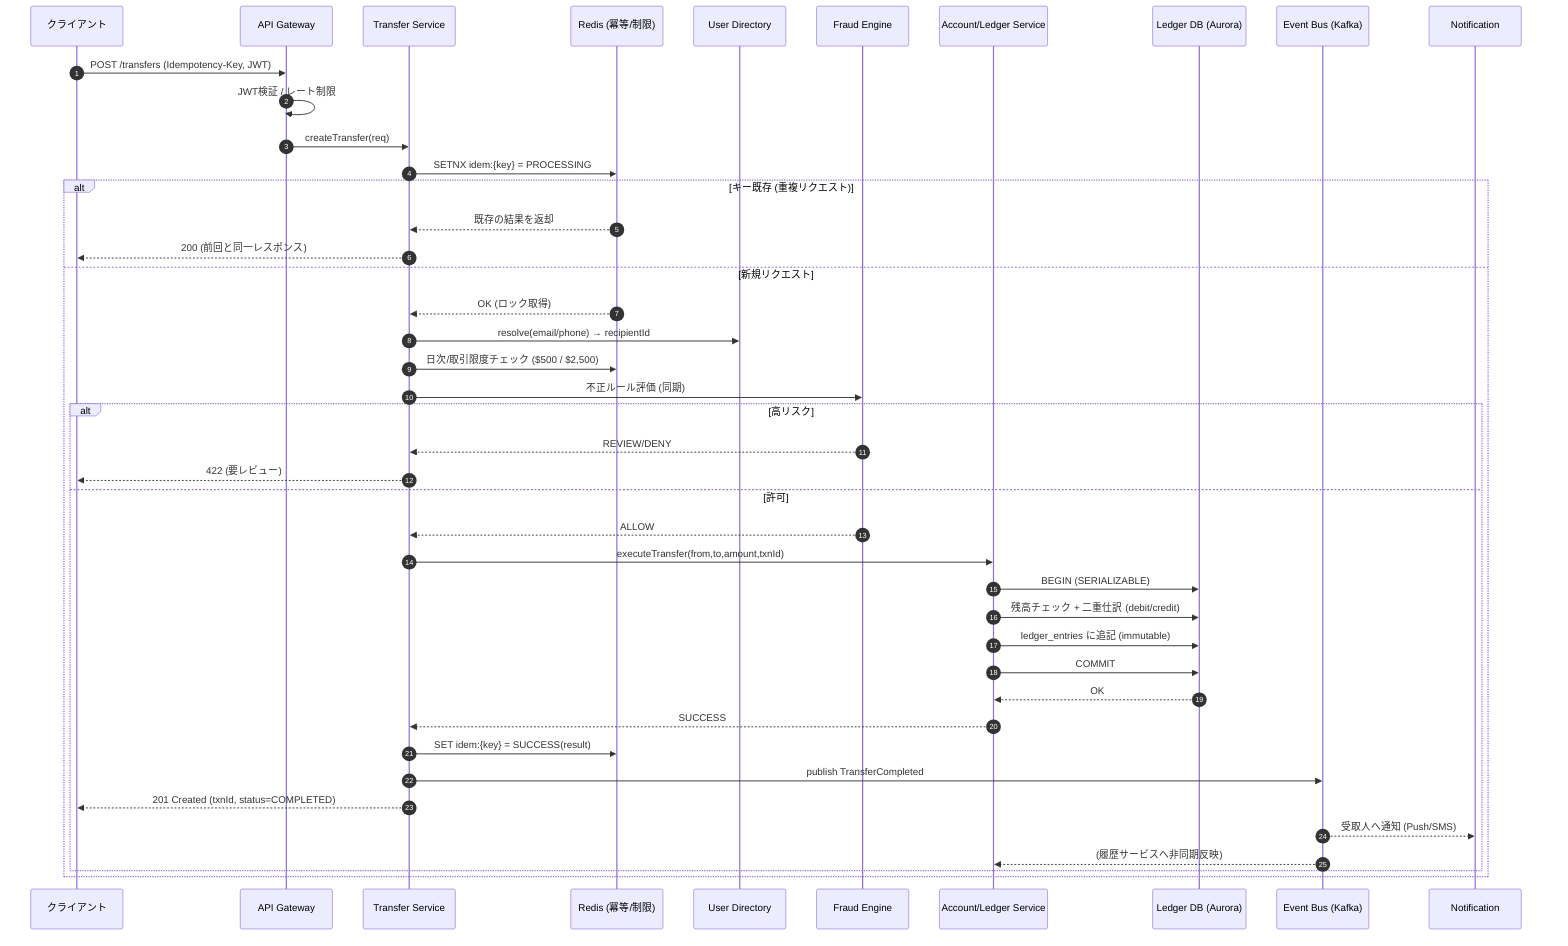
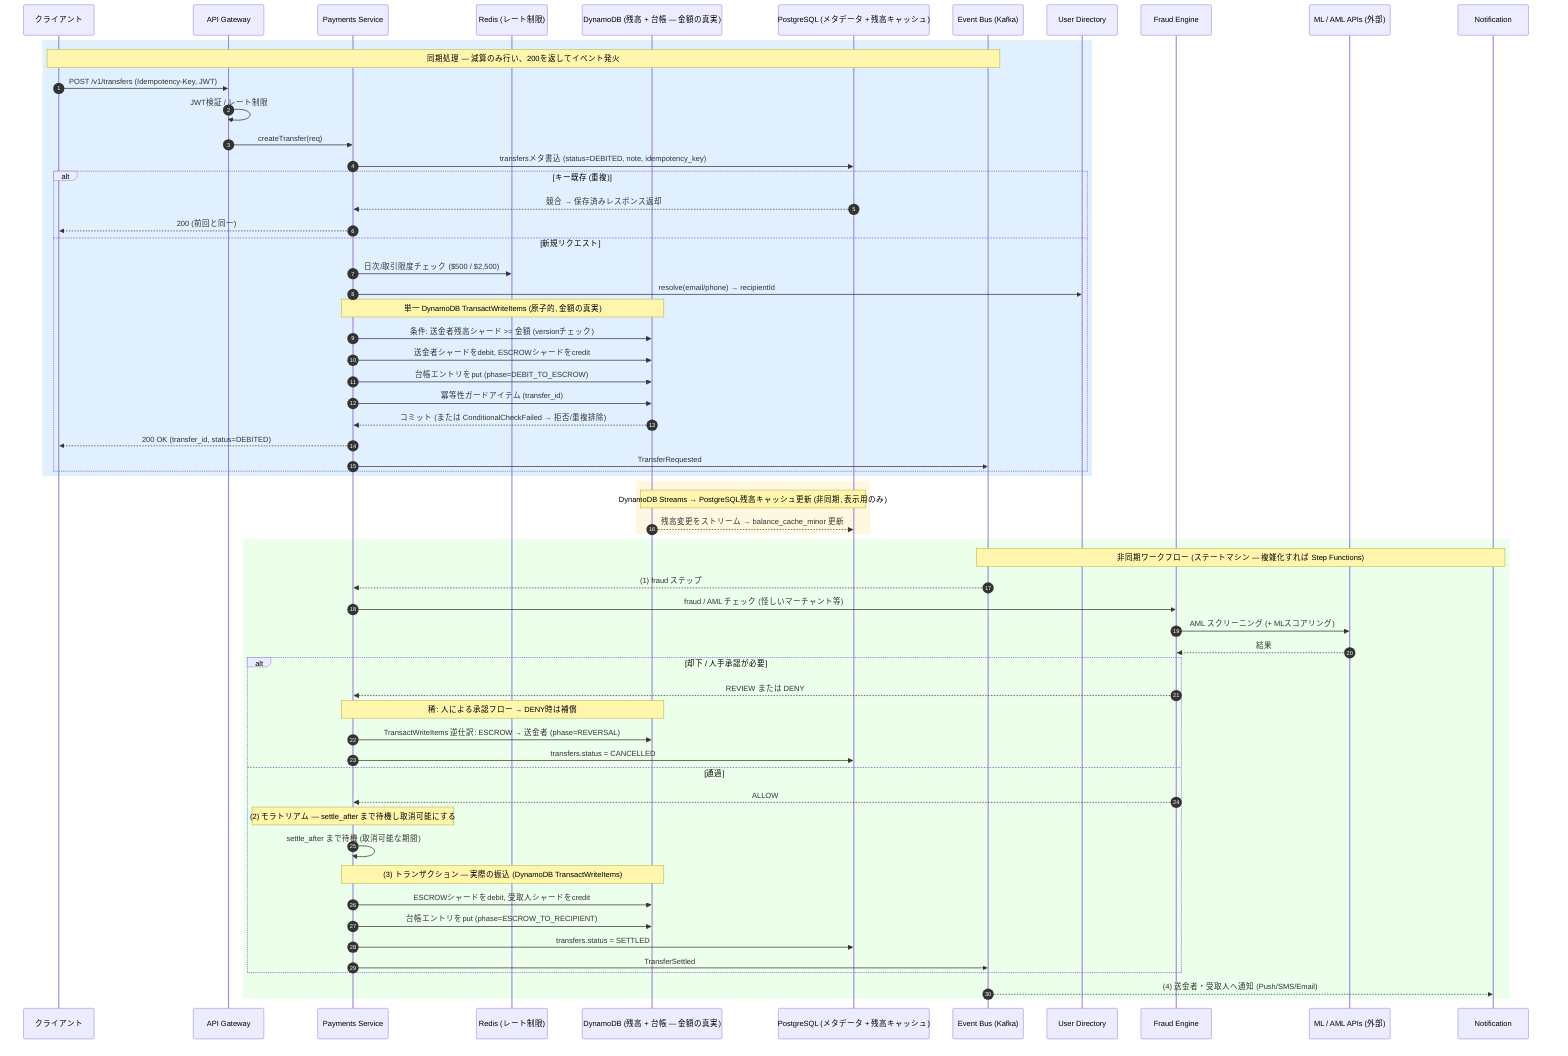
sequenceDiagram
    autonumber
    participant C as クライアント
    participant GW as API Gateway
-     participant T as Transfer Service
-     participant R as Redis (冪等/制限)
+     participant P as Payments Service
+     participant R as Redis (レート制限)
+     participant DDB as DynamoDB (残高 + 台帳 — 金額の真実)
+     participant PG as PostgreSQL (メタデータ + 残高キャッシュ)
+     participant MQ as Event Bus (Kafka)
    participant U as User Directory
    participant F as Fraud Engine
-     participant A as Account/Ledger Service
-     participant DB as Ledger DB (Aurora)
-     participant MQ as Event Bus (Kafka)
+     participant X as ML / AML APIs (外部)
    participant N as Notification

-     C->>GW: POST /transfers (Idempotency-Key, JWT)
+     rect rgb(225, 240, 255)
+     Note over C,MQ: 同期処理 — 減算のみ行い、200を返してイベント発火
+     C->>GW: POST /v1/transfers (Idempotency-Key, JWT)
    GW->>GW: JWT検証 / レート制限
-     GW->>T: createTransfer(req)
+     GW->>P: createTransfer(req)
+     P->>PG: transfersメタ書込 (status=DEBITED, note, idempotency_key)
+     alt キー既存 (重複)
+         PG-->>P: 競合 → 保存済みレスポンス返却
+         P-->>C: 200 (前回と同一)
+     else 新規リクエスト
+         P->>R: 日次/取引限度チェック ($500 / $2,500)
+         P->>U: resolve(email/phone) → recipientId
+         Note over P,DDB: 単一 DynamoDB TransactWriteItems (原子的, 金額の真実)
+         P->>DDB: 条件: 送金者残高シャード >= 金額 (versionチェック)
+         P->>DDB: 送金者シャードをdebit, ESCROWシャードをcredit
+         P->>DDB: 台帳エントリをput (phase=DEBIT_TO_ESCROW)
+         P->>DDB: 冪等性ガードアイテム (transfer_id)
+         DDB-->>P: コミット (または ConditionalCheckFailed → 拒否/重複排除)
+         P-->>C: 200 OK (transfer_id, status=DEBITED)
+         P->>MQ: TransferRequested
+     end
+     end

-     T->>R: SETNX idem:{key} = PROCESSING
-     alt キー既存 (重複リクエスト)
-         R-->>T: 既存の結果を返却
-         T-->>C: 200 (前回と同一レスポンス)
-     else 新規リクエスト
-         R-->>T: OK (ロック取得)
-         T->>U: resolve(email/phone) → recipientId
-         T->>R: 日次/取引限度チェック ($500 / $2,500)
-         T->>F: 不正ルール評価 (同期)
-         alt 高リスク
-             F-->>T: REVIEW/DENY
-             T-->>C: 422 (要レビュー)
-         else 許可
-             F-->>T: ALLOW
-             T->>A: executeTransfer(from,to,amount,txnId)
-             A->>DB: BEGIN (SERIALIZABLE)
-             A->>DB: 残高チェック + 二重仕訳 (debit/credit)
-             A->>DB: ledger_entries に追記 (immutable)
-             A->>DB: COMMIT
-             DB-->>A: OK
-             A-->>T: SUCCESS
-             T->>R: SET idem:{key} = SUCCESS(result)
-             T->>MQ: publish TransferCompleted
-             T-->>C: 201 Created (txnId, status=COMPLETED)
-             MQ-->>N: 受取人へ通知 (Push/SMS)
-             MQ-->>A: (履歴サービスへ非同期反映)
-         end
+     rect rgb(255, 248, 225)
+     Note over DDB,PG: DynamoDB Streams → PostgreSQL残高キャッシュ更新 (非同期, 表示用のみ)
+     DDB-->>PG: 残高変更をストリーム → balance_cache_minor 更新
    end
+ 
+     rect rgb(235, 255, 235)
+     Note over MQ,N: 非同期ワークフロー (ステートマシン — 複雑化すれば Step Functions)
+     MQ-->>P: (1) fraud ステップ
+     P->>F: fraud / AML チェック (怪しいマーチャント等)
+     F->>X: AML スクリーニング (+ MLスコアリング)
+     X-->>F: 結果
+     alt 却下 / 人手承認が必要
+         F-->>P: REVIEW または DENY
+         Note over P,DDB: 稀: 人による承認フロー → DENY時は補償
+         P->>DDB: TransactWriteItems 逆仕訳: ESCROW → 送金者 (phase=REVERSAL)
+         P->>PG: transfers.status = CANCELLED
+     else 通過
+         F-->>P: ALLOW
+         Note over P: (2) モラトリアム — settle_after まで待機し取消可能にする
+         P->>P: settle_after まで待機 (取消可能な期間)
+         Note over P,DDB: (3) トランザクション — 実際の振込 (DynamoDB TransactWriteItems)
+         P->>DDB: ESCROWシャードをdebit, 受取人シャードをcredit
+         P->>DDB: 台帳エントリをput (phase=ESCROW_TO_RECIPIENT)
+         P->>PG: transfers.status = SETTLED
+         P->>MQ: TransferSettled
+     end
+     MQ-->>N: (4) 送金者・受取人へ通知 (Push/SMS/Email)
+     end
